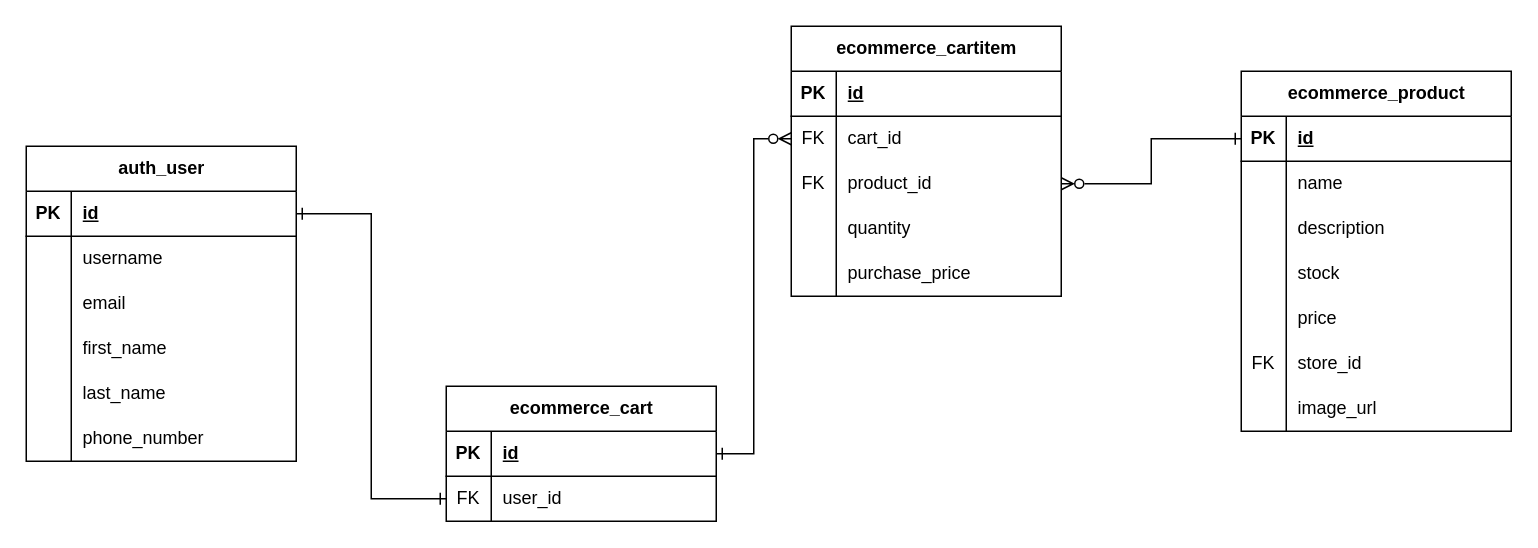
The draw.io diagram page "Add products to cart" (2 of 3) of E-Commerce API ERD.drawio in RHILIUS/drawio, before the edit. Source tidied: cells renumbered, new cells numbered last; positions are measured from the earlier drawing's top-left corner, leaving out a move shared by most shapes. Both pictures are drawn from the tidied source at 150%, with x=0, y=0 at pixel (26, 26).
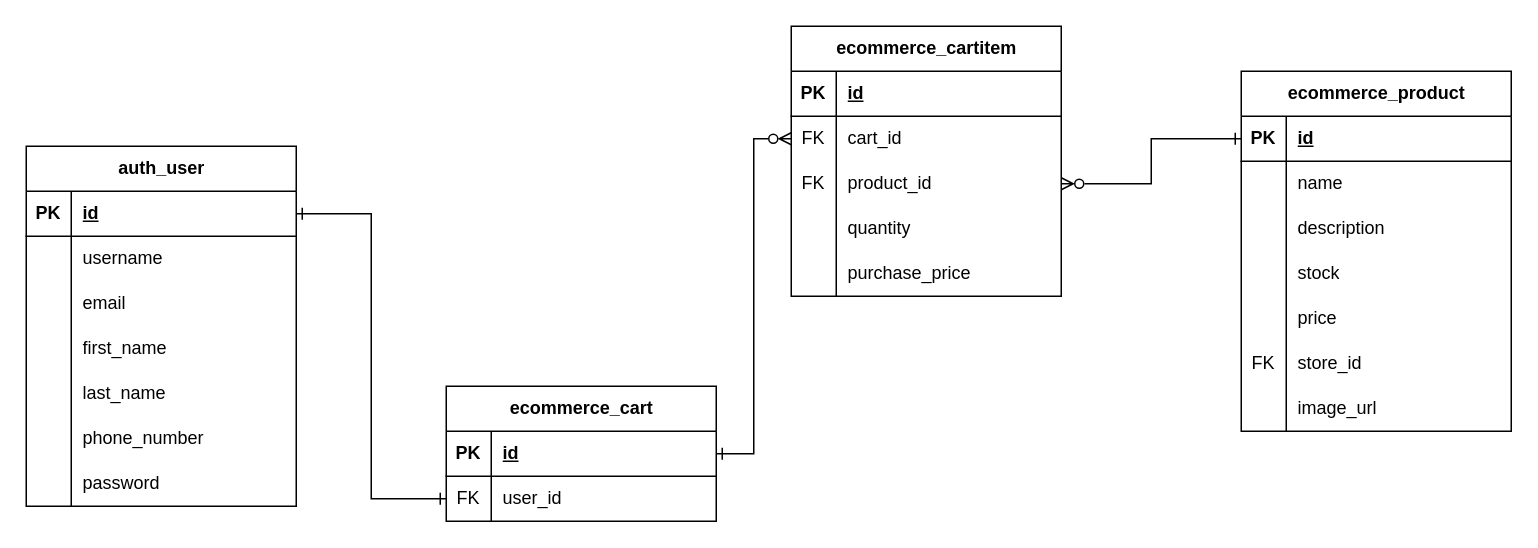
After the change.

What changed in the source:
```diff
@@
     <mxCell id="31" value="auth_user" style="shape=table;startSize=30;childLayout=tableLayout;rowLines=0;fontStyle=1;align=center;html=1;" parent="1" vertex="1">
-      <mxGeometry y="80" width="180" height="210" as="geometry" />
+      <mxGeometry y="80" width="180" height="240" as="geometry" />
     </mxCell>
@@
+    <mxCell id="69" style="shape=tableRow;horizontal=0;startSize=0;swimlaneHead=0;swimlaneBody=0;fillColor=none;top=0;left=0;right=0;bottom=0;" parent="31" vertex="1">
+      <mxGeometry y="210" width="180" height="30" as="geometry" />
+    </mxCell>
+    <mxCell id="70" style="shape=partialRectangle;fillColor=none;top=0;left=0;bottom=0;right=0;overflow=hidden;whiteSpace=wrap;html=1;" parent="69" vertex="1">
+      <mxGeometry width="30" height="30" as="geometry" />
+    </mxCell>
+    <mxCell id="71" value="password" style="shape=partialRectangle;fillColor=none;top=0;left=0;bottom=0;right=0;align=left;spacingLeft=6;overflow=hidden;whiteSpace=wrap;html=1;" parent="69" vertex="1">
+      <mxGeometry x="30" width="150" height="30" as="geometry" />
+    </mxCell>
```
